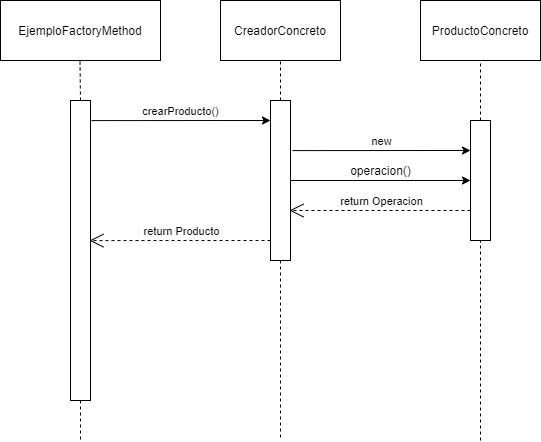
Earlier version of the draw.io export Diagramas Factory Method/Diagrama de secuencia Factory Method.png (dragesteban/Patrones-FIS-Diagramas). Source tidied: cells renumbered, new cells last; positions are measured from the earlier drawing's top-left corner, leaving out a move shared by most shapes. The source it was exported from:
```xml
<mxGraphModel>
  <root>
    <mxCell id="0" />
    <mxCell id="1" parent="0" />
    <mxCell id="2" value="EjemploFactoryMethod" style="rounded=0;whiteSpace=wrap;html=1;" parent="1" vertex="1">
      <mxGeometry width="160" height="60" as="geometry" />
    </mxCell>
    <mxCell id="3" value="CreadorConcreto" style="rounded=0;whiteSpace=wrap;html=1;" parent="1" vertex="1">
      <mxGeometry x="220" width="120" height="60" as="geometry" />
    </mxCell>
    <mxCell id="4" value="ProductoConcreto" style="rounded=0;whiteSpace=wrap;html=1;" parent="1" vertex="1">
      <mxGeometry x="420" width="120" height="60" as="geometry" />
    </mxCell>
    <mxCell id="5" style="rounded=0;whiteSpace=wrap;html=1;" parent="1" vertex="1">
      <mxGeometry x="70" y="100" width="20" height="300" as="geometry" />
    </mxCell>
    <mxCell id="6" style="rounded=0;whiteSpace=wrap;html=1;" parent="1" vertex="1">
      <mxGeometry x="270" y="100" width="20" height="160" as="geometry" />
    </mxCell>
    <mxCell id="7" style="rounded=0;whiteSpace=wrap;html=1;" parent="1" vertex="1">
      <mxGeometry x="470" y="120" width="20" height="120" as="geometry" />
    </mxCell>
    <mxCell id="8" style="endArrow=none;dashed=1;html=1;entryX=0.5;entryY=1;entryDx=0;entryDy=0;exitX=0.5;exitY=0;exitDx=0;exitDy=0;" parent="1" edge="1" source="7" target="4">
      <mxGeometry relative="1" as="geometry" />
    </mxCell>
    <mxCell id="9" style="endArrow=none;dashed=1;html=1;entryX=0.5;entryY=1;entryDx=0;entryDy=0;exitX=0.5;exitY=0;exitDx=0;exitDy=0;" parent="1" edge="1" source="6" target="3">
      <mxGeometry relative="1" as="geometry" />
    </mxCell>
    <mxCell id="10" style="endArrow=none;dashed=1;html=1;entryX=0.5;entryY=1;entryDx=0;entryDy=0;" parent="1" edge="1">
      <mxGeometry relative="1" as="geometry">
        <mxPoint x="80" y="100" as="sourcePoint" />
        <mxPoint x="79.5" y="60" as="targetPoint" />
      </mxGeometry>
    </mxCell>
    <mxCell id="11" style="endArrow=classic;html=1;exitX=1.05;exitY=0.067;exitDx=0;exitDy=0;exitPerimeter=0;" parent="1" edge="1" source="5">
      <mxGeometry relative="1" as="geometry">
        <mxPoint x="270" y="120" as="targetPoint" />
      </mxGeometry>
    </mxCell>
    <mxCell id="12" value="crearProducto()" style="edgeLabel;html=1;align=center;verticalAlign=middle;" parent="11" vertex="1">
      <mxGeometry x="0.13" y="-1" relative="1" as="geometry">
        <mxPoint x="-13" y="-11" as="offset" />
      </mxGeometry>
    </mxCell>
    <mxCell id="13" style="endArrow=open;dashed=1;endFill=0;endSize=12;html=1;entryX=0.95;entryY=0.467;entryDx=0;entryDy=0;entryPerimeter=0;" parent="1" edge="1" target="5">
      <mxGeometry relative="1" as="geometry">
        <mxPoint x="270" y="240" as="sourcePoint" />
      </mxGeometry>
    </mxCell>
    <mxCell id="14" value="return Producto" style="edgeLabel;html=1;align=center;verticalAlign=middle;" parent="13" vertex="1">
      <mxGeometry x="-0.1" y="2" relative="1" as="geometry">
        <mxPoint x="-9" y="-12" as="offset" />
      </mxGeometry>
    </mxCell>
    <mxCell id="15" style="endArrow=classic;html=1;entryX=0;entryY=0.25;entryDx=0;entryDy=0;exitX=1.1;exitY=0.313;exitDx=0;exitDy=0;exitPerimeter=0;" parent="1" edge="1" source="6" target="7">
      <mxGeometry relative="1" as="geometry" />
    </mxCell>
    <mxCell id="16" value="new" style="edgeLabel;html=1;align=center;verticalAlign=middle;" parent="15" vertex="1">
      <mxGeometry x="-0.02" y="-2" relative="1" as="geometry">
        <mxPoint x="1" y="-12" as="offset" />
      </mxGeometry>
    </mxCell>
    <mxCell id="17" style="endArrow=none;dashed=1;html=1;exitX=0.5;exitY=1;exitDx=0;exitDy=0;" parent="1" edge="1" source="5">
      <mxGeometry relative="1" as="geometry">
        <mxPoint x="80" y="440" as="targetPoint" />
      </mxGeometry>
    </mxCell>
    <mxCell id="18" style="endArrow=none;dashed=1;html=1;exitX=0.5;exitY=1;exitDx=0;exitDy=0;" parent="1" edge="1" source="6">
      <mxGeometry relative="1" as="geometry">
        <mxPoint x="280" y="440" as="targetPoint" />
      </mxGeometry>
    </mxCell>
    <mxCell id="19" style="endArrow=none;dashed=1;html=1;entryX=0.5;entryY=1;entryDx=0;entryDy=0;" parent="1" edge="1" target="7">
      <mxGeometry relative="1" as="geometry">
        <mxPoint x="480" y="440" as="sourcePoint" />
      </mxGeometry>
    </mxCell>
    <mxCell id="20" style="endArrow=classic;html=1;entryX=0;entryY=0.5;entryDx=0;entryDy=0;exitX=1;exitY=0.5;exitDx=0;exitDy=0;" parent="1" edge="1" source="6" target="7">
      <mxGeometry relative="1" as="geometry" />
    </mxCell>
    <mxCell id="21" value="operacion()" style="text;html=1;align=center;verticalAlign=middle;strokeColor=none;" parent="1" vertex="1">
      <mxGeometry x="340" y="160" width="80" height="20" as="geometry" />
    </mxCell>
    <mxCell id="22" style="endArrow=open;dashed=1;endFill=0;endSize=12;html=1;" parent="1" edge="1">
      <mxGeometry relative="1" as="geometry">
        <mxPoint x="470" y="210" as="sourcePoint" />
        <mxPoint x="289" y="210" as="targetPoint" />
      </mxGeometry>
    </mxCell>
    <mxCell id="23" value="return Operacion" style="edgeLabel;html=1;align=center;verticalAlign=middle;" parent="22" vertex="1">
      <mxGeometry x="-0.1" y="2" relative="1" as="geometry">
        <mxPoint x="-9" y="-12" as="offset" />
      </mxGeometry>
    </mxCell>
  </root>
</mxGraphModel>
```
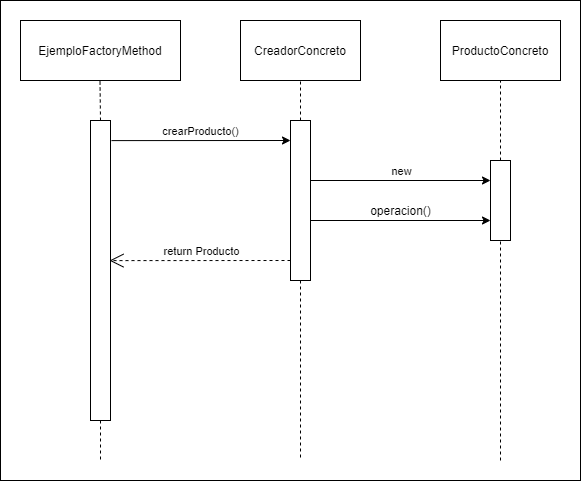
After the commit.

Diff of the diagram source:
```diff
@@ -2,6 +2,9 @@
   <root>
     <mxCell id="0" />
     <mxCell id="1" parent="0" />
+    <mxCell id="24" style="rounded=0;whiteSpace=wrap;html=1;" parent="1" vertex="1">
+      <mxGeometry x="-20" y="-20" width="580" height="480" as="geometry" />
+    </mxCell>
     <mxCell id="2" value="EjemploFactoryMethod" style="rounded=0;whiteSpace=wrap;html=1;" parent="1" vertex="1">
       <mxGeometry width="160" height="60" as="geometry" />
     </mxCell>
@@ -18,7 +21,7 @@
       <mxGeometry x="270" y="100" width="20" height="160" as="geometry" />
     </mxCell>
     <mxCell id="7" style="rounded=0;whiteSpace=wrap;html=1;" parent="1" vertex="1">
-      <mxGeometry x="470" y="120" width="20" height="120" as="geometry" />
+      <mxGeometry x="470" y="140" width="20" height="80" as="geometry" />
     </mxCell>
     <mxCell id="8" style="endArrow=none;dashed=1;html=1;entryX=0.5;entryY=1;entryDx=0;entryDy=0;exitX=0.5;exitY=0;exitDx=0;exitDy=0;" parent="1" edge="1" source="7" target="4">
       <mxGeometry relative="1" as="geometry" />
@@ -52,12 +55,12 @@
         <mxPoint x="-9" y="-12" as="offset" />
       </mxGeometry>
     </mxCell>
-    <mxCell id="15" style="endArrow=classic;html=1;entryX=0;entryY=0.25;entryDx=0;entryDy=0;exitX=1.1;exitY=0.313;exitDx=0;exitDy=0;exitPerimeter=0;" parent="1" edge="1" source="6" target="7">
+    <mxCell id="15" style="endArrow=classic;html=1;entryX=0;entryY=0.25;entryDx=0;entryDy=0;exitX=1;exitY=0.375;exitDx=0;exitDy=0;exitPerimeter=0;" parent="1" edge="1" source="6" target="7">
       <mxGeometry relative="1" as="geometry" />
     </mxCell>
     <mxCell id="16" value="new" style="edgeLabel;html=1;align=center;verticalAlign=middle;" parent="15" vertex="1">
       <mxGeometry x="-0.02" y="-2" relative="1" as="geometry">
-        <mxPoint x="1" y="-12" as="offset" />
+        <mxPoint x="2" y="-12" as="offset" />
       </mxGeometry>
     </mxCell>
     <mxCell id="17" style="endArrow=none;dashed=1;html=1;exitX=0.5;exitY=1;exitDx=0;exitDy=0;" parent="1" edge="1" source="5">
@@ -75,22 +78,11 @@
         <mxPoint x="480" y="440" as="sourcePoint" />
       </mxGeometry>
     </mxCell>
-    <mxCell id="20" style="endArrow=classic;html=1;entryX=0;entryY=0.5;entryDx=0;entryDy=0;exitX=1;exitY=0.5;exitDx=0;exitDy=0;" parent="1" edge="1" source="6" target="7">
+    <mxCell id="20" style="endArrow=classic;html=1;entryX=0;entryY=0.75;entryDx=0;entryDy=0;exitX=1;exitY=0.625;exitDx=0;exitDy=0;exitPerimeter=0;" parent="1" edge="1" source="6" target="7">
       <mxGeometry relative="1" as="geometry" />
     </mxCell>
     <mxCell id="21" value="operacion()" style="text;html=1;align=center;verticalAlign=middle;strokeColor=none;" parent="1" vertex="1">
-      <mxGeometry x="340" y="160" width="80" height="20" as="geometry" />
+      <mxGeometry x="340" y="180" width="80" height="20" as="geometry" />
     </mxCell>
-    <mxCell id="22" style="endArrow=open;dashed=1;endFill=0;endSize=12;html=1;" parent="1" edge="1">
-      <mxGeometry relative="1" as="geometry">
-        <mxPoint x="470" y="210" as="sourcePoint" />
-        <mxPoint x="289" y="210" as="targetPoint" />
-      </mxGeometry>
-    </mxCell>
-    <mxCell id="23" value="return Operacion" style="edgeLabel;html=1;align=center;verticalAlign=middle;" parent="22" vertex="1">
-      <mxGeometry x="-0.1" y="2" relative="1" as="geometry">
-        <mxPoint x="-9" y="-12" as="offset" />
-      </mxGeometry>
-    </mxCell>
   </root>
 </mxGraphModel>
```
